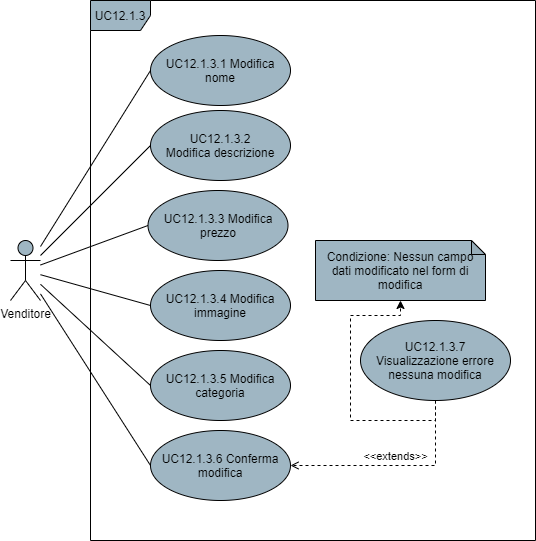
Above: DocumentazioneEsterna/AnalisiDeiRequisiti/res/UseCase/Immagini/ModificaProdotto.png in Omicron-Team/Documentazione (draw.io), before the change. Source tidied: cells renumbered, new cells last; positions are measured from the earlier drawing's top-left corner, leaving out a move shared by most shapes.
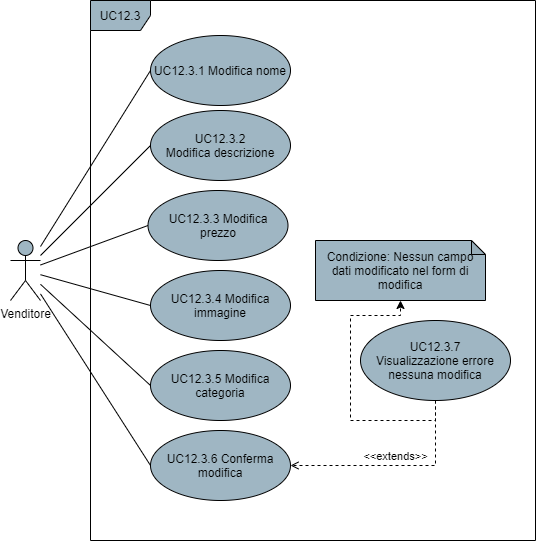
The same file after the commit.

The edit, as a diff of the source:
```diff
@@ -20,28 +20,28 @@
     <mxCell id="7" value="Venditore" style="shape=umlActor;verticalLabelPosition=bottom;verticalAlign=top;html=1;fillColor=#9FB6C3;" parent="1" vertex="1">
       <mxGeometry y="240" width="30" height="60" as="geometry" />
     </mxCell>
-    <mxCell id="8" value="UC12.1.3" style="shape=umlFrame;whiteSpace=wrap;html=1;fillColor=#9FB6C3;" parent="1" vertex="1">
+    <mxCell id="8" value="UC12.3" style="shape=umlFrame;whiteSpace=wrap;html=1;fillColor=#9FB6C3;" parent="1" vertex="1">
       <mxGeometry x="80" width="445" height="540" as="geometry" />
     </mxCell>
-    <mxCell id="9" value="UC12.1.3.1 Modifica nome" style="ellipse;whiteSpace=wrap;html=1;fillColor=#9FB6C3;" parent="1" vertex="1">
+    <mxCell id="9" value="UC12.3.1 Modifica nome" style="ellipse;whiteSpace=wrap;html=1;fillColor=#9FB6C3;" parent="1" vertex="1">
       <mxGeometry x="140" y="35" width="140" height="70" as="geometry" />
     </mxCell>
-    <mxCell id="10" value="UC12.1.3.2 Modifica&amp;nbsp;descrizione" style="ellipse;whiteSpace=wrap;html=1;fillColor=#9FB6C3;" parent="1" vertex="1">
+    <mxCell id="10" value="UC12.3.2 Modifica&amp;nbsp;descrizione" style="ellipse;whiteSpace=wrap;html=1;fillColor=#9FB6C3;" parent="1" vertex="1">
       <mxGeometry x="140" y="110" width="140" height="70" as="geometry" />
     </mxCell>
-    <mxCell id="11" value="UC12.1.3.3 Modifica prezzo" style="ellipse;whiteSpace=wrap;html=1;fillColor=#9FB6C3;" parent="1" vertex="1">
+    <mxCell id="11" value="UC12.3.3 Modifica prezzo" style="ellipse;whiteSpace=wrap;html=1;fillColor=#9FB6C3;" parent="1" vertex="1">
       <mxGeometry x="137.5" y="190" width="140" height="70" as="geometry" />
     </mxCell>
-    <mxCell id="12" value="UC12.1.3.4 Modifica immagine" style="ellipse;whiteSpace=wrap;html=1;fillColor=#9FB6C3;" parent="1" vertex="1">
+    <mxCell id="12" value="UC12.3.4 Modifica immagine" style="ellipse;whiteSpace=wrap;html=1;fillColor=#9FB6C3;" parent="1" vertex="1">
       <mxGeometry x="140" y="270" width="140" height="70" as="geometry" />
     </mxCell>
-    <mxCell id="13" value="UC12.1.3.6 Conferma modifica" style="ellipse;whiteSpace=wrap;html=1;fillColor=#9FB6C3;" parent="1" vertex="1">
+    <mxCell id="13" value="UC12.3.6 Conferma modifica" style="ellipse;whiteSpace=wrap;html=1;fillColor=#9FB6C3;" parent="1" vertex="1">
       <mxGeometry x="140" y="430" width="140" height="70" as="geometry" />
     </mxCell>
     <mxCell id="14" value="&amp;lt;&amp;lt;extends&amp;gt;&amp;gt;" style="edgeStyle=orthogonalEdgeStyle;rounded=0;jettySize=auto;html=1;exitX=0.5;exitY=1;exitDx=0;exitDy=0;entryX=1;entryY=0.5;entryDx=0;entryDy=0;endArrow=open;endFill=0;dashed=1;verticalAlign=bottom;align=center;" parent="1" edge="1" source="15" target="13">
       <mxGeometry relative="1" as="geometry" />
     </mxCell>
-    <mxCell id="15" value="UC12.1.3.7 Visualizzazione&amp;nbsp;errore nessuna modifica" style="ellipse;whiteSpace=wrap;html=1;fillColor=#9FB6C3;" parent="1" vertex="1">
+    <mxCell id="15" value="UC12.3.7 Visualizzazione&amp;nbsp;errore nessuna modifica" style="ellipse;whiteSpace=wrap;html=1;fillColor=#9FB6C3;" parent="1" vertex="1">
       <mxGeometry x="350" y="320" width="150" height="80" as="geometry" />
     </mxCell>
     <mxCell id="16" value="Condizione: Nessun campo dati modificato nel form di modifica" style="shape=note;whiteSpace=wrap;html=1;backgroundOutline=1;darkOpacity=0.05;size=14;fillColor=#9FB6C3;" parent="1" vertex="1">
@@ -57,7 +57,7 @@
         </Array>
       </mxGeometry>
     </mxCell>
-    <mxCell id="18" value="UC12.1.3.5 Modifica categoria" style="ellipse;whiteSpace=wrap;html=1;fillColor=#9FB6C3;" parent="1" vertex="1">
+    <mxCell id="18" value="UC12.3.5 Modifica categoria" style="ellipse;whiteSpace=wrap;html=1;fillColor=#9FB6C3;" parent="1" vertex="1">
       <mxGeometry x="140" y="350" width="140" height="70" as="geometry" />
     </mxCell>
     <mxCell id="19" style="endArrow=none;html=1;exitX=0;exitY=0.5;exitDx=0;exitDy=0;" parent="1" edge="1" source="18" target="7">
```
